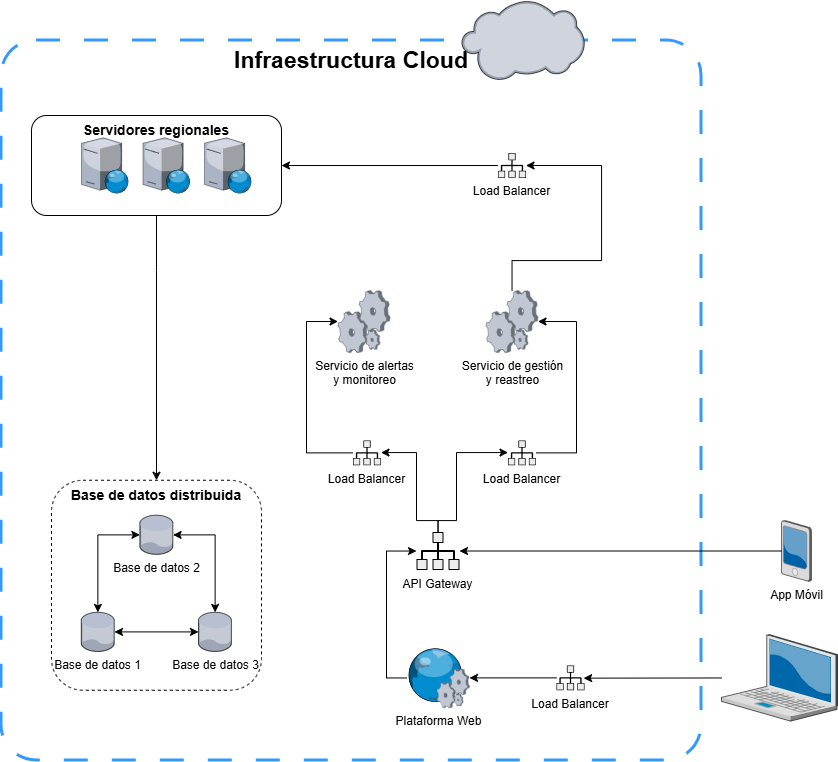
Earlier version of the draw.io export AREM-Taller_4_Infraestructura/clase/diagrama-red-express.drawio.png (pipe1408/AREM-G1-trabajos-en-clase). Source tidied: cells renumbered, new cells last; positions are measured from the earlier drawing's top-left corner, leaving out a move shared by most shapes.
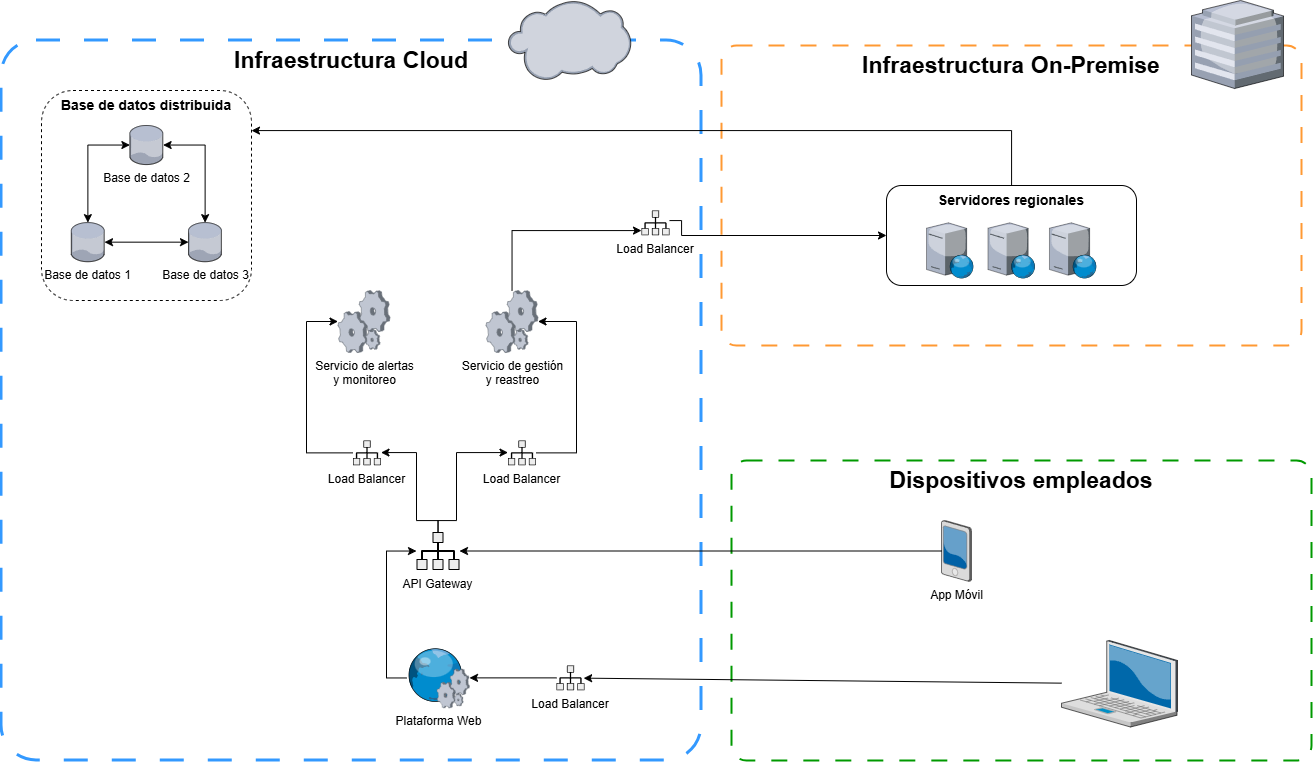
The same file after the commit.

The edit, as a diff of the source:
```diff
@@ -2,11 +2,50 @@
   <root>
     <mxCell id="0" />
     <mxCell id="1" parent="0" />
+    <mxCell id="38" value="&lt;span style=&quot;font-size: 23px;&quot;&gt;&lt;b&gt;Dispositivos empleados&lt;/b&gt;&lt;/span&gt;" style="rounded=1;whiteSpace=wrap;html=1;fillColor=none;dashed=1;dashPattern=8 8;arcSize=5;verticalAlign=top;strokeColor=#009900;perimeterSpacing=4;strokeWidth=2;" parent="1" vertex="1">
+      <mxGeometry x="730" y="460" width="580" height="300" as="geometry" />
+    </mxCell>
+    <mxCell id="39" style="group;" parent="1" vertex="1">
+      <mxGeometry width="700" height="760" as="geometry" />
+    </mxCell>
-    <mxCell id="2" value="&lt;b&gt;&lt;font style=&quot;font-size: 23px;&quot;&gt;Infraestructura Cloud&lt;/font&gt;&lt;/b&gt;" style="rounded=1;whiteSpace=wrap;html=1;fillColor=none;dashed=1;dashPattern=8 8;arcSize=5;verticalAlign=top;strokeColor=#3399FF;perimeterSpacing=4;strokeWidth=3;" parent="1" vertex="1">
+    <mxCell id="2" value="&lt;b&gt;&lt;font style=&quot;font-size: 23px;&quot;&gt;Infraestructura Cloud&lt;/font&gt;&lt;/b&gt;" style="rounded=1;whiteSpace=wrap;html=1;fillColor=none;dashed=1;dashPattern=8 8;arcSize=5;verticalAlign=top;strokeColor=#3399FF;perimeterSpacing=4;strokeWidth=3;" parent="39" vertex="1">
       <mxGeometry y="40" width="700" height="720" as="geometry" />
     </mxCell>
+    <mxCell id="27" style="verticalLabelPosition=bottom;sketch=0;html=1;verticalAlign=top;strokeColor=none;align=center;shape=mxgraph.citrix.cloud;" parent="39" vertex="1">
+      <mxGeometry x="506.5" width="123" height="80.3" as="geometry" />
+    </mxCell>
+    <mxCell id="26" value="Load Balancer" style="shape=mxgraph.networks2.icon;fillColor=#EDEDED;strokeColor=#000000;gradientColor=#5B6163;network2IconShadow=1;network2bgFillColor=none;labelPosition=center;verticalLabelPosition=bottom;align=center;verticalAlign=top;network2Icon=mxgraph.networks2.load_balancer;network2IconW=0.86;network2IconH=0.76;" parent="39" vertex="1">
+      <mxGeometry x="640" y="210" width="28" height="24.8" as="geometry" />
+    </mxCell>
+    <mxCell id="40" style="group;" parent="1" vertex="1">
+      <mxGeometry x="720" width="580" height="345" as="geometry" />
+    </mxCell>
+    <mxCell id="41" value="&lt;b&gt;&lt;font style=&quot;font-size: 23px;&quot;&gt;Infraestructura On-&lt;/font&gt;&lt;/b&gt;&lt;b style=&quot;background-color: transparent; color: light-dark(rgb(0, 0, 0), rgb(255, 255, 255));&quot;&gt;&lt;font style=&quot;font-size: 23px;&quot;&gt;Premise&lt;/font&gt;&lt;/b&gt;" style="rounded=1;whiteSpace=wrap;html=1;fillColor=none;dashed=1;dashPattern=8 8;arcSize=5;verticalAlign=top;strokeColor=#FF9933;perimeterSpacing=4;strokeWidth=2;" parent="40" vertex="1">
+      <mxGeometry y="45" width="580" height="300" as="geometry" />
+    </mxCell>
+    <mxCell id="42" style="verticalLabelPosition=bottom;sketch=0;html=1;verticalAlign=top;strokeColor=none;align=center;shape=mxgraph.citrix.hq_enterprise;" parent="40" vertex="1">
+      <mxGeometry x="470" width="92" height="88" as="geometry" />
+    </mxCell>
+    <mxCell id="43" style="group;" parent="40" vertex="1">
+      <mxGeometry x="165" y="185" width="250" height="115" as="geometry" />
+    </mxCell>
+    <mxCell id="15" style="group;" parent="43" vertex="1">
+      <mxGeometry x="40" y="30" width="210" height="85" as="geometry" />
+    </mxCell>
+    <mxCell id="16" style="verticalLabelPosition=bottom;sketch=0;html=1;verticalAlign=top;strokeColor=none;align=center;shape=mxgraph.citrix.web_server;" parent="15" vertex="1">
+      <mxGeometry y="7.3" width="47" height="55.3" as="geometry" />
+    </mxCell>
+    <mxCell id="17" style="verticalLabelPosition=bottom;sketch=0;html=1;verticalAlign=top;strokeColor=none;align=center;shape=mxgraph.citrix.web_server;" parent="15" vertex="1">
+      <mxGeometry x="123" y="7.3" width="47" height="55.3" as="geometry" />
+    </mxCell>
+    <mxCell id="18" style="verticalLabelPosition=bottom;sketch=0;html=1;verticalAlign=top;strokeColor=none;align=center;shape=mxgraph.citrix.web_server;" parent="15" vertex="1">
+      <mxGeometry x="61.5" y="7.3" width="47" height="55.3" as="geometry" />
+    </mxCell>
+    <mxCell id="37" value="Servidores regionales" style="rounded=1;whiteSpace=wrap;html=1;fillColor=none;verticalAlign=top;fontSize=14;fontStyle=1;" parent="43" vertex="1">
+      <mxGeometry width="250" height="100" as="geometry" />
+    </mxCell>
     <mxCell id="3" value="App Móvil" style="verticalLabelPosition=bottom;sketch=0;html=1;verticalAlign=top;strokeColor=none;align=center;outlineConnect=0;shape=mxgraph.citrix.pda;" parent="1" vertex="1">
-      <mxGeometry x="780" y="520" width="30" height="61" as="geometry" />
+      <mxGeometry x="940" y="520" width="30" height="61" as="geometry" />
     </mxCell>
     <mxCell id="4" style="edgeStyle=none;rounded=0;jettySize=auto;html=1;" parent="1" edge="1" source="5" target="20">
       <mxGeometry relative="1" as="geometry" />
@@ -44,9 +83,7 @@
     <mxCell id="11" style="edgeStyle=orthogonalEdgeStyle;rounded=0;jettySize=auto;html=1;" parent="1" edge="1" source="12" target="26">
       <mxGeometry relative="1" as="geometry">
         <Array as="points">
-          <mxPoint x="511" y="260" />
-          <mxPoint x="600" y="260" />
-          <mxPoint x="600" y="165" />
+          <mxPoint x="510" y="230" />
         </Array>
       </mxGeometry>
     </mxCell>
@@ -57,20 +94,8 @@
       <mxGeometry relative="1" as="geometry" />
     </mxCell>
     <mxCell id="14" style="verticalLabelPosition=bottom;sketch=0;html=1;verticalAlign=top;strokeColor=none;align=center;outlineConnect=0;shape=mxgraph.citrix.laptop_2;" parent="1" vertex="1">
-      <mxGeometry x="720" y="634.1" width="116" height="86.5" as="geometry" />
+      <mxGeometry x="1060" y="640" width="116" height="86.5" as="geometry" />
     </mxCell>
-    <mxCell id="15" style="group;" parent="1" vertex="1">
-      <mxGeometry x="80" y="130" width="210" height="85" as="geometry" />
-    </mxCell>
-    <mxCell id="16" style="verticalLabelPosition=bottom;sketch=0;html=1;verticalAlign=top;strokeColor=none;align=center;shape=mxgraph.citrix.web_server;" parent="15" vertex="1">
-      <mxGeometry y="7.3" width="47" height="55.3" as="geometry" />
-    </mxCell>
-    <mxCell id="17" style="verticalLabelPosition=bottom;sketch=0;html=1;verticalAlign=top;strokeColor=none;align=center;shape=mxgraph.citrix.web_server;" parent="15" vertex="1">
-      <mxGeometry x="123" y="7.3" width="47" height="55.3" as="geometry" />
-    </mxCell>
-    <mxCell id="18" style="verticalLabelPosition=bottom;sketch=0;html=1;verticalAlign=top;strokeColor=none;align=center;shape=mxgraph.citrix.web_server;" parent="15" vertex="1">
-      <mxGeometry x="61.5" y="7.3" width="47" height="55.3" as="geometry" />
-    </mxCell>
     <mxCell id="19" style="edgeStyle=orthogonalEdgeStyle;rounded=0;jettySize=auto;html=1;" parent="1" edge="1" source="20" target="9">
       <mxGeometry relative="1" as="geometry">
         <Array as="points">
@@ -105,16 +130,15 @@
       <mxGeometry x="506.5" y="440" width="28" height="24.8" as="geometry" />
     </mxCell>
     <mxCell id="25" style="edgeStyle=orthogonalEdgeStyle;rounded=0;jettySize=auto;html=1;" parent="1" edge="1" source="26" target="37">
-      <mxGeometry relative="1" as="geometry" />
+      <mxGeometry relative="1" as="geometry">
+        <Array as="points">
+          <mxPoint x="680" y="220" />
+          <mxPoint x="680" y="235" />
+        </Array>
+      </mxGeometry>
     </mxCell>
-    <mxCell id="26" value="Load Balancer" style="shape=mxgraph.networks2.icon;fillColor=#EDEDED;strokeColor=#000000;gradientColor=#5B6163;network2IconShadow=1;network2bgFillColor=none;labelPosition=center;verticalLabelPosition=bottom;align=center;verticalAlign=top;network2Icon=mxgraph.networks2.load_balancer;network2IconW=0.86;network2IconH=0.76;" parent="1" vertex="1">
-      <mxGeometry x="496.5" y="152.6" width="28" height="24.8" as="geometry" />
-    </mxCell>
-    <mxCell id="27" style="verticalLabelPosition=bottom;sketch=0;html=1;verticalAlign=top;strokeColor=none;align=center;shape=mxgraph.citrix.cloud;" parent="1" vertex="1">
-      <mxGeometry x="460" width="123" height="80.3" as="geometry" />
-    </mxCell>
     <mxCell id="28" style="group;" parent="1" vertex="1">
-      <mxGeometry x="50" y="479.8" width="210" height="210" as="geometry" />
+      <mxGeometry x="40" y="90" width="210" height="210" as="geometry" />
     </mxCell>
     <mxCell id="29" style="edgeStyle=none;rounded=0;jettySize=auto;html=1;startArrow=classic;startFill=1;" parent="28" edge="1" source="30" target="34">
       <mxGeometry relative="1" as="geometry" />
@@ -140,13 +164,9 @@
     <mxCell id="36" style="edgeStyle=orthogonalEdgeStyle;rounded=0;jettySize=auto;html=1;" parent="1" edge="1" source="37" target="35">
       <mxGeometry relative="1" as="geometry">
         <Array as="points">
-          <mxPoint x="155" y="270" />
-          <mxPoint x="155" y="270" />
+          <mxPoint x="1010" y="130" />
         </Array>
       </mxGeometry>
     </mxCell>
-    <mxCell id="37" value="Servidores regionales" style="rounded=1;whiteSpace=wrap;html=1;fillColor=none;verticalAlign=top;fontSize=14;fontStyle=1;" parent="1" vertex="1">
-      <mxGeometry x="30" y="115" width="250" height="100" as="geometry" />
-    </mxCell>
   </root>
 </mxGraphModel>
```
